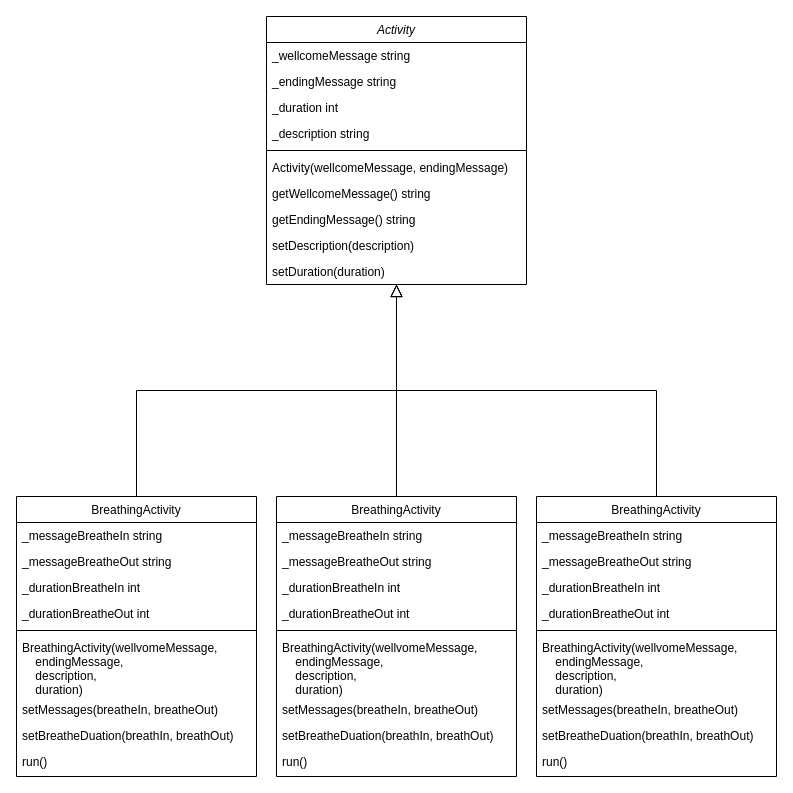
Earlier version of the draw.io diagram assets/Untitled Diagram.drawio (neorgon/cse210-hw). Source tidied: cells renumbered, new cells numbered last; positions are measured from the earlier drawing's top-left corner, leaving out a move shared by most shapes. Both pictures are drawn from the tidied source at 100%, with x=0, y=0 at pixel (16, 16).
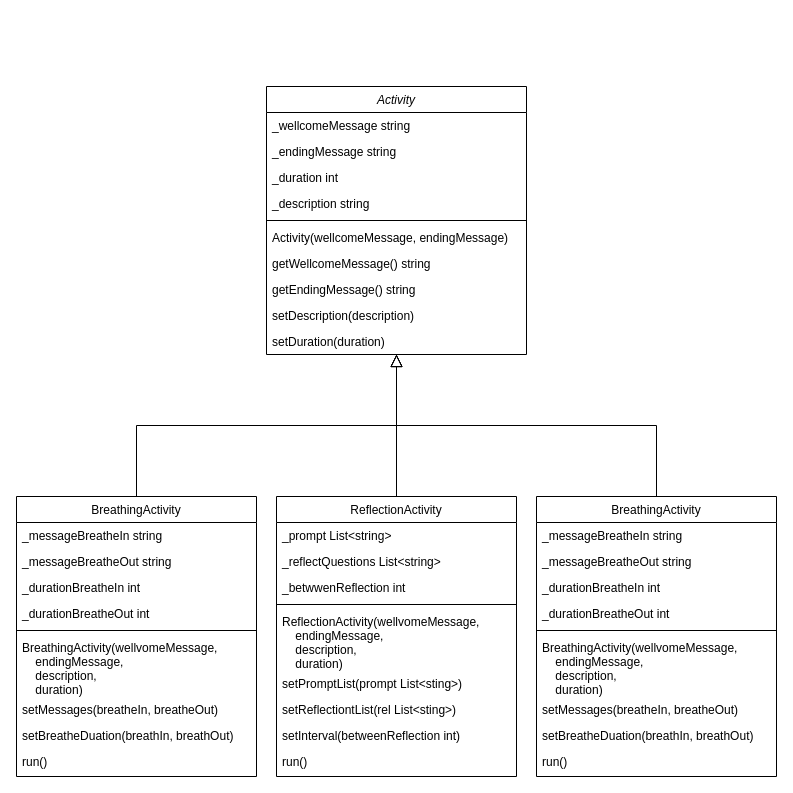
Above is the later version.

Commit message:
Create ReflectionActivity class

What changed in the source:
```diff
@@
     <mxCell id="2" value="Activity" style="swimlane;fontStyle=2;align=center;verticalAlign=top;horizontal=1;startSize=26;rounded=0;shadow=0;strokeWidth=1;" parent="1" vertex="1">
-      <mxGeometry x="250" width="260" height="268" as="geometry" />
+      <mxGeometry x="250" y="70" width="260" height="268" as="geometry" />
     </mxCell>
@@
-    <mxCell id="25" value="BreathingActivity" style="swimlane;fontStyle=0;align=center;verticalAlign=top;horizontal=1;startSize=26;rounded=0;shadow=0;strokeWidth=1;" parent="1" vertex="1">
+    <mxCell id="25" value="ReflectionActivity" style="swimlane;fontStyle=0;align=center;verticalAlign=top;horizontal=1;startSize=26;rounded=0;shadow=0;strokeWidth=1;" parent="1" vertex="1">
       <mxGeometry x="260" y="480" width="240" height="280" as="geometry" />
     </mxCell>
-    <mxCell id="26" value="_messageBreatheIn string" style="text;align=left;verticalAlign=top;spacingLeft=4;spacingRight=4;overflow=hidden;" parent="25" vertex="1">
+    <mxCell id="26" value="_prompt List&lt;string&gt;" style="text;align=left;verticalAlign=top;spacingLeft=4;spacingRight=4;overflow=hidden;" parent="25" vertex="1">
       <mxGeometry y="26" width="240" height="26" as="geometry" />
     </mxCell>
-    <mxCell id="27" value="_messageBreatheOut string" style="text;align=left;verticalAlign=top;spacingLeft=4;spacingRight=4;overflow=hidden;" parent="25" vertex="1">
-      <mxGeometry y="52" width="240" height="26" as="geometry" />
-    </mxCell>
-    <mxCell id="28" value="_durationBreatheIn int" style="text;align=left;verticalAlign=top;spacingLeft=4;spacingRight=4;overflow=hidden;" parent="25" vertex="1">
-      <mxGeometry y="78" width="240" height="26" as="geometry" />
-    </mxCell>
-    <mxCell id="29" value="_durationBreatheOut int" style="text;align=left;verticalAlign=top;spacingLeft=4;spacingRight=4;overflow=hidden;" parent="25" vertex="1">
-      <mxGeometry y="104" width="240" height="26" as="geometry" />
-    </mxCell>
+    <mxCell id="46" value="_reflectQuestions List&lt;string&gt;" style="text;align=left;verticalAlign=top;spacingLeft=4;spacingRight=4;overflow=hidden;" parent="25" vertex="1">
+      <mxGeometry y="52" width="240" height="26" as="geometry" />
+    </mxCell>
+    <mxCell id="47" value="_betwwenReflection int" style="text;align=left;verticalAlign=top;spacingLeft=4;spacingRight=4;overflow=hidden;" parent="25" vertex="1">
+      <mxGeometry y="78" width="240" height="26" as="geometry" />
+    </mxCell>
     <mxCell id="30" style="line;html=1;strokeWidth=1;align=left;verticalAlign=middle;spacingTop=-1;spacingLeft=3;spacingRight=3;labelPosition=right;" parent="25" vertex="1">
-      <mxGeometry y="130" width="240" height="8" as="geometry" />
+      <mxGeometry y="104" width="240" height="8" as="geometry" />
     </mxCell>
-    <mxCell id="31" value="BreathingActivity(wellvomeMessage,&#10;    endingMessage,&#10;    description,&#10;    duration)" style="text;align=left;verticalAlign=top;spacingLeft=4;spacingRight=4;overflow=hidden;" parent="25" vertex="1">
-      <mxGeometry y="138" width="240" height="62" as="geometry" />
+    <mxCell id="31" value="ReflectionActivity(wellvomeMessage,&#10;    endingMessage,&#10;    description,&#10;    duration)" style="text;align=left;verticalAlign=top;spacingLeft=4;spacingRight=4;overflow=hidden;" parent="25" vertex="1">
+      <mxGeometry y="112" width="240" height="62" as="geometry" />
     </mxCell>
-    <mxCell id="32" value="setMessages(breatheIn, breatheOut)" style="text;align=left;verticalAlign=top;spacingLeft=4;spacingRight=4;overflow=hidden;" parent="25" vertex="1">
-      <mxGeometry y="200" width="240" height="26" as="geometry" />
+    <mxCell id="32" value="setPromptList(prompt List&lt;sting&gt;)" style="text;align=left;verticalAlign=top;spacingLeft=4;spacingRight=4;overflow=hidden;" parent="25" vertex="1">
+      <mxGeometry y="174" width="240" height="26" as="geometry" />
     </mxCell>
-    <mxCell id="33" value="setBreatheDuation(breathIn, breathOut)" style="text;align=left;verticalAlign=top;spacingLeft=4;spacingRight=4;overflow=hidden;" parent="25" vertex="1">
-      <mxGeometry y="226" width="240" height="26" as="geometry" />
-    </mxCell>
+    <mxCell id="48" value="setReflectiontList(rel List&lt;sting&gt;)" style="text;align=left;verticalAlign=top;spacingLeft=4;spacingRight=4;overflow=hidden;" parent="25" vertex="1">
+      <mxGeometry y="200" width="240" height="26" as="geometry" />
+    </mxCell>
+    <mxCell id="49" value="setInterval(betweenReflection int)" style="text;align=left;verticalAlign=top;spacingLeft=4;spacingRight=4;overflow=hidden;" parent="25" vertex="1">
+      <mxGeometry y="226" width="240" height="26" as="geometry" />
+    </mxCell>
```
